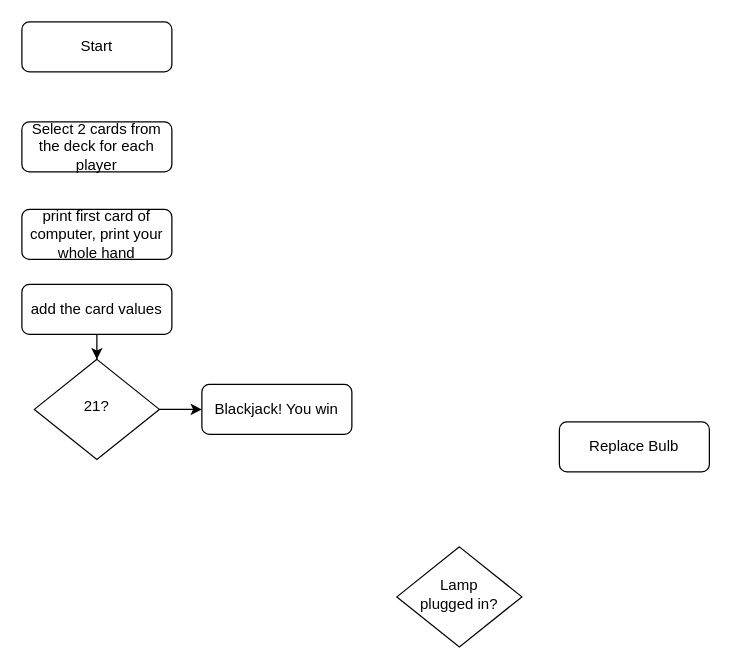
Above: Untitled Diagram.drawio in technodactyl/hangman (draw.io), before the change. Source tidied: cells renumbered, new cells numbered last; positions are measured from the earlier drawing's top-left corner, leaving out a move shared by most shapes. Both pictures are drawn from the tidied source at 125%, with x=0, y=0 at pixel (21, 21).
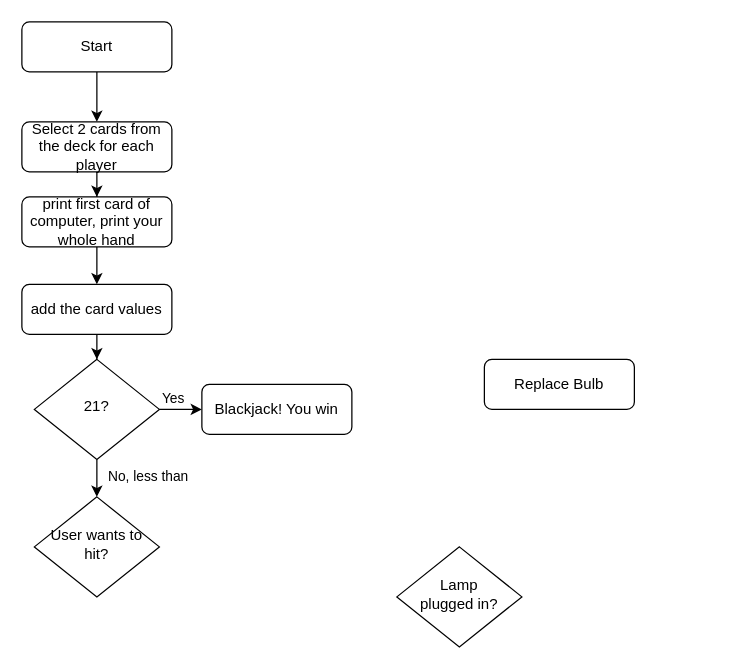
After the change.

Unchanged cells that the change refers to:
```xml
<mxCell id="2" value="Start" style="rounded=1;whiteSpace=wrap;html=1;fontSize=12;glass=0;strokeWidth=1;shadow=0;" parent="1" vertex="1">
  <mxGeometry width="120" height="40" as="geometry" />
</mxCell>
<mxCell id="4" style="edgeStyle=orthogonalEdgeStyle;rounded=0;jettySize=auto;html=1;" parent="1" edge="1" source="5" target="6">
  <mxGeometry relative="1" as="geometry" />
</mxCell>
<mxCell id="5" value="21?" style="rhombus;whiteSpace=wrap;html=1;shadow=0;fontFamily=Helvetica;fontSize=12;align=center;strokeWidth=1;spacing=6;spacingTop=-4;" parent="1" vertex="1">
  <mxGeometry x="10" y="270" width="100" height="80" as="geometry" />
</mxCell>
<mxCell id="8" value="Select 2 cards from the deck for each player" style="rounded=1;whiteSpace=wrap;html=1;fontSize=12;glass=0;strokeWidth=1;shadow=0;" parent="1" vertex="1">
  <mxGeometry y="80" width="120" height="40" as="geometry" />
</mxCell>
<mxCell id="11" value="add the card values" style="rounded=1;whiteSpace=wrap;html=1;fontSize=12;glass=0;strokeWidth=1;shadow=0;" parent="1" vertex="1">
  <mxGeometry y="210" width="120" height="40" as="geometry" />
</mxCell>
```

The edit, as a diff of the source:
```diff
@@
+    <mxCell id="12" style="edgeStyle=orthogonalEdgeStyle;rounded=0;jettySize=auto;html=1;entryX=0.5;entryY=0;entryDx=0;entryDy=0;" parent="1" edge="1" source="2" target="8">
+      <mxGeometry relative="1" as="geometry" />
+    </mxCell>
@@
+    <mxCell id="13" value="Yes" style="edgeLabel;html=1;align=center;verticalAlign=middle;" parent="4" vertex="1">
+      <mxGeometry x="0.17" y="-4" relative="1" as="geometry">
+        <mxPoint x="-5" y="-14" as="offset" />
+      </mxGeometry>
+    </mxCell>
+    <mxCell id="14" style="edgeStyle=orthogonalEdgeStyle;rounded=0;jettySize=auto;html=1;" parent="1" edge="1" source="5" target="18">
+      <mxGeometry relative="1" as="geometry" />
+    </mxCell>
+    <mxCell id="15" value="No, less than" style="edgeLabel;html=1;align=center;verticalAlign=middle;" parent="14" vertex="1">
+      <mxGeometry x="0.32" y="3" relative="1" as="geometry">
+        <mxPoint x="37" as="offset" />
+      </mxGeometry>
+    </mxCell>
@@
     <mxCell id="7" value="Replace Bulb" style="rounded=1;whiteSpace=wrap;html=1;fontSize=12;glass=0;strokeWidth=1;shadow=0;" parent="1" vertex="1">
-      <mxGeometry x="430" y="320" width="120" height="40" as="geometry" />
+      <mxGeometry x="370" y="270" width="120" height="40" as="geometry" />
     </mxCell>
+    <mxCell id="16" style="edgeStyle=orthogonalEdgeStyle;rounded=0;jettySize=auto;html=1;entryX=0.5;entryY=0;entryDx=0;entryDy=0;" parent="1" edge="1" source="8" target="9">
+      <mxGeometry relative="1" as="geometry" />
+    </mxCell>
@@
+    <mxCell id="17" style="edgeStyle=orthogonalEdgeStyle;rounded=0;jettySize=auto;html=1;" parent="1" edge="1" source="9" target="11">
+      <mxGeometry relative="1" as="geometry" />
+    </mxCell>
     <mxCell id="9" value="print first card of computer, print your whole hand" style="rounded=1;whiteSpace=wrap;html=1;fontSize=12;glass=0;strokeWidth=1;shadow=0;" parent="1" vertex="1">
-      <mxGeometry y="150" width="120" height="40" as="geometry" />
+      <mxGeometry y="140" width="120" height="40" as="geometry" />
     </mxCell>
@@
+    <mxCell id="18" value="User wants to hit?" style="rhombus;whiteSpace=wrap;html=1;shadow=0;fontFamily=Helvetica;fontSize=12;align=center;strokeWidth=1;spacing=6;spacingTop=-4;" parent="1" vertex="1">
+      <mxGeometry x="10" y="380" width="100" height="80" as="geometry" />
+    </mxCell>
```
